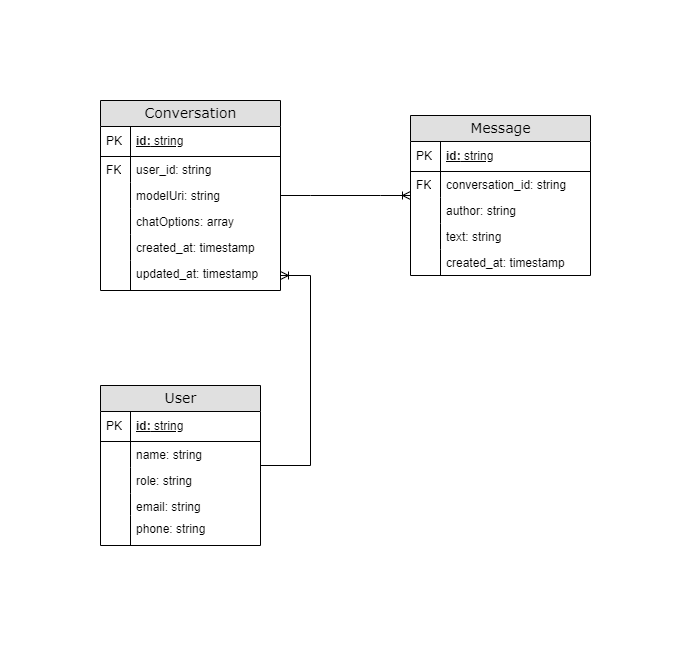
The draw.io diagram Docs/Diagrams/ER-diagram DB.png in MikhaelKreslavskii/manager-trainee, before a commit. Source tidied: cells renumbered, new cells last; positions are measured from the earlier drawing's top-left corner, leaving out a move shared by most shapes.
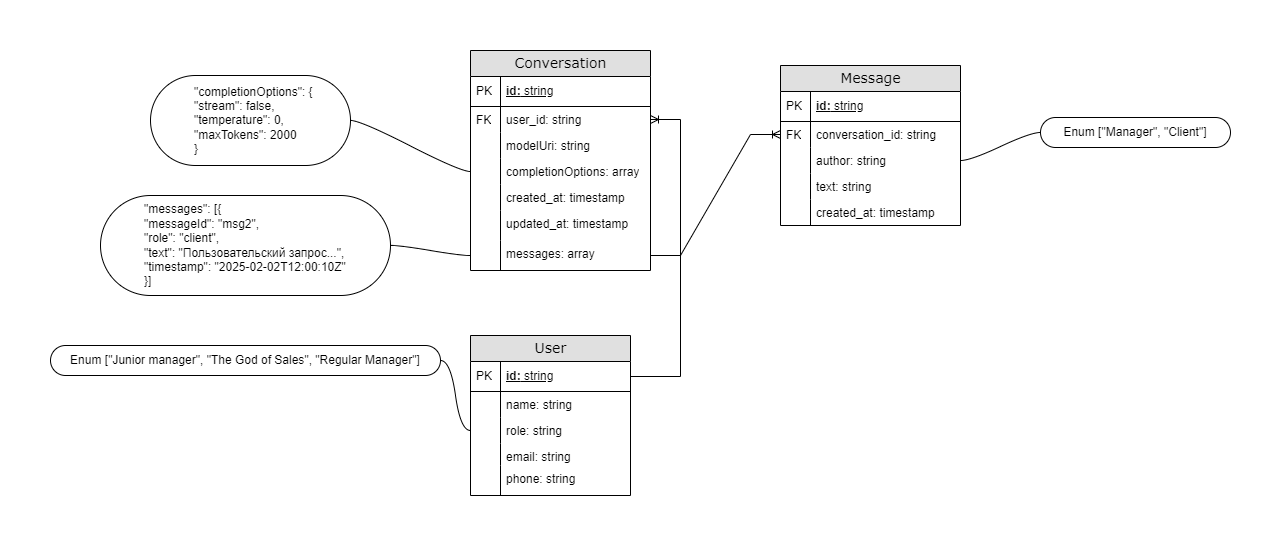
The same file after the commit.

Change to the diagram source:
```diff
@@ -3,7 +3,7 @@
     <mxCell id="0" />
     <mxCell id="1" parent="0" />
     <mxCell id="2" value="Conversation" style="swimlane;html=1;fontStyle=0;horizontal=1;startSize=26;fillColor=#e0e0e0;swimlaneFillColor=#ffffff;align=center;rounded=0;shadow=0;comic=0;labelBackgroundColor=none;strokeWidth=1;fontFamily=Verdana;fontSize=14;" parent="1" vertex="1">
-      <mxGeometry width="180" height="190" as="geometry" />
+      <mxGeometry width="180" height="220" as="geometry" />
     </mxCell>
     <mxCell id="3" value="id:&lt;span style=&quot;font-weight: normal;&quot;&gt; string&lt;/span&gt;" style="shape=partialRectangle;top=0;left=0;right=0;bottom=1;html=1;align=left;verticalAlign=middle;fillColor=none;spacingLeft=34;spacingRight=4;whiteSpace=wrap;overflow=hidden;fontStyle=5;" parent="2" vertex="1">
       <mxGeometry y="26" width="180" height="30" as="geometry" />
@@ -23,7 +23,7 @@
     <mxCell id="8" style="shape=partialRectangle;top=0;left=0;bottom=0;html=1;fillColor=none;align=left;verticalAlign=top;spacingLeft=4;spacingRight=4;whiteSpace=wrap;overflow=hidden;" parent="7" vertex="1">
       <mxGeometry width="30" height="26" as="geometry" />
     </mxCell>
-    <mxCell id="9" value="chatOptions: array" style="shape=partialRectangle;top=0;left=0;right=0;bottom=0;html=1;align=left;verticalAlign=top;fillColor=none;spacingLeft=34;spacingRight=4;whiteSpace=wrap;overflow=hidden;points=[[0,0.5],[1,0.5]];portConstraint=eastwest;" parent="2" vertex="1">
+    <mxCell id="9" value="completionOptions: array" style="shape=partialRectangle;top=0;left=0;right=0;bottom=0;html=1;align=left;verticalAlign=top;fillColor=none;spacingLeft=34;spacingRight=4;whiteSpace=wrap;overflow=hidden;points=[[0,0.5],[1,0.5]];portConstraint=eastwest;" parent="2" vertex="1">
       <mxGeometry y="108" width="180" height="26" as="geometry" />
     </mxCell>
     <mxCell id="10" style="shape=partialRectangle;top=0;left=0;bottom=0;html=1;fillColor=none;align=left;verticalAlign=top;spacingLeft=4;spacingRight=4;whiteSpace=wrap;overflow=hidden;" parent="9" vertex="1">
@@ -41,6 +41,12 @@
     <mxCell id="14" style="shape=partialRectangle;top=0;left=0;bottom=0;html=1;fillColor=none;align=left;verticalAlign=top;spacingLeft=4;spacingRight=4;whiteSpace=wrap;overflow=hidden;" parent="13" vertex="1">
       <mxGeometry width="30" height="30" as="geometry" />
     </mxCell>
+    <mxCell id="39" value="messages: array" style="shape=partialRectangle;top=0;left=0;right=0;bottom=0;html=1;align=left;verticalAlign=top;fillColor=none;spacingLeft=34;spacingRight=4;whiteSpace=wrap;overflow=hidden;points=[[0,0.5],[1,0.5]];portConstraint=eastwest;" parent="2" vertex="1">
+      <mxGeometry y="190" width="180" height="30" as="geometry" />
+    </mxCell>
+    <mxCell id="40" style="shape=partialRectangle;top=0;left=0;bottom=0;html=1;fillColor=none;align=left;verticalAlign=top;spacingLeft=4;spacingRight=4;whiteSpace=wrap;overflow=hidden;" parent="39" vertex="1">
+      <mxGeometry width="30" height="30" as="geometry" />
+    </mxCell>
     <mxCell id="15" value="Message" style="swimlane;html=1;fontStyle=0;horizontal=1;startSize=26;fillColor=#e0e0e0;swimlaneFillColor=#ffffff;align=center;rounded=0;shadow=0;comic=0;labelBackgroundColor=none;strokeWidth=1;fontFamily=Verdana;fontSize=14;" parent="1" vertex="1">
       <mxGeometry x="310" y="15" width="180" height="160" as="geometry" />
     </mxCell>
@@ -74,7 +80,7 @@
     <mxCell id="25" style="shape=partialRectangle;top=0;left=0;bottom=0;html=1;fillColor=none;align=left;verticalAlign=top;spacingLeft=4;spacingRight=4;whiteSpace=wrap;overflow=hidden;" parent="24" vertex="1">
       <mxGeometry width="30" height="26" as="geometry" />
     </mxCell>
-    <mxCell id="26" style="edgeStyle=entityRelationEdgeStyle;fontSize=12;html=1;endArrow=ERoneToMany;rounded=0;" parent="1" edge="1" source="2" target="15">
+    <mxCell id="26" style="edgeStyle=entityRelationEdgeStyle;fontSize=12;html=1;endArrow=ERoneToMany;rounded=0;" parent="1" edge="1" source="39" target="18">
       <mxGeometry relative="1" as="geometry" />
     </mxCell>
     <mxCell id="27" value="User" style="swimlane;html=1;fontStyle=0;horizontal=1;startSize=26;fillColor=#e0e0e0;swimlaneFillColor=#ffffff;align=center;rounded=0;shadow=0;comic=0;labelBackgroundColor=none;strokeWidth=1;fontFamily=Verdana;fontSize=14;" parent="1" vertex="1">
@@ -110,7 +116,7 @@
     <mxCell id="37" style="shape=partialRectangle;top=0;left=0;bottom=0;html=1;fillColor=none;align=left;verticalAlign=top;spacingLeft=4;spacingRight=4;whiteSpace=wrap;overflow=hidden;" parent="36" vertex="1">
       <mxGeometry width="30" height="30" as="geometry" />
     </mxCell>
-    <mxCell id="38" style="edgeStyle=entityRelationEdgeStyle;fontSize=12;html=1;endArrow=ERoneToMany;rounded=0;" parent="1" edge="1" source="27" target="13">
+    <mxCell id="38" style="edgeStyle=entityRelationEdgeStyle;fontSize=12;html=1;endArrow=ERoneToMany;rounded=0;" parent="1" edge="1" source="28" target="5">
       <mxGeometry relative="1" as="geometry">
         <Array as="points">
           <mxPoint x="110" y="345" />
@@ -126,5 +132,33 @@
         </Array>
       </mxGeometry>
     </mxCell>
+    <mxCell id="41" value="Enum [&quot;Junior manager&quot;, &quot;&lt;span style=&quot;white-space-collapse: preserve;&quot;&gt;The &lt;/span&gt;&lt;span style=&quot;white-space-collapse: preserve;&quot; class=&quot;EzKURWReUAB5oZgtQNkl&quot;&gt;God&lt;/span&gt;&lt;span style=&quot;white-space-collapse: preserve;&quot;&gt; of &lt;/span&gt;&lt;span style=&quot;white-space-collapse: preserve;&quot; class=&quot;EzKURWReUAB5oZgtQNkl&quot;&gt;Sales&lt;/span&gt;&quot;, &quot;Regular Manager&lt;span style=&quot;background-color: transparent; color: light-dark(rgb(0, 0, 0), rgb(255, 255, 255));&quot;&gt;&quot;]&lt;/span&gt;" style="whiteSpace=wrap;html=1;rounded=1;arcSize=50;align=center;verticalAlign=middle;strokeWidth=1;spacing=4;newEdgeStyle={&quot;edgeStyle&quot;:&quot;entityRelationEdgeStyle&quot;,&quot;startArrow&quot;:&quot;none&quot;,&quot;endArrow&quot;:&quot;none&quot;,&quot;segment&quot;:10,&quot;curved&quot;:1,&quot;sourcePerimeterSpacing&quot;:0,&quot;targetPerimeterSpacing&quot;:0};" parent="1" vertex="1">
+      <mxGeometry x="-420" y="295" width="390" height="30" as="geometry" />
+    </mxCell>
+    <mxCell id="42" style="edgeStyle=entityRelationEdgeStyle;startArrow=none;endArrow=none;segment=10;curved=1;sourcePerimeterSpacing=0;targetPerimeterSpacing=0;rounded=0;" parent="1" edge="1" source="32" target="41">
+      <mxGeometry relative="1" as="geometry" />
+    </mxCell>
+    <mxCell id="43" value="&lt;blockquote style=&quot;margin: 0 0 0 40px; border: none; padding: 0px;&quot;&gt;&lt;span class=&quot;hljs-attr&quot;&gt;&quot;messages&quot;&lt;/span&gt;&lt;span class=&quot;hljs-punctuation&quot;&gt;:&lt;/span&gt; &lt;span class=&quot;hljs-punctuation&quot;&gt;[&lt;span style=&quot;background-color: transparent; color: light-dark(rgb(0, 0, 0), rgb(255, 255, 255));&quot;&gt;{&lt;/span&gt;&lt;/span&gt;&lt;/blockquote&gt;&lt;blockquote style=&quot;margin: 0 0 0 40px; border: none; padding: 0px;&quot;&gt;&lt;span class=&quot;hljs-punctuation&quot;&gt;&lt;span style=&quot;background-color: transparent; color: light-dark(rgb(0, 0, 0), rgb(255, 255, 255));&quot; class=&quot;hljs-attr&quot;&gt;&quot;messageId&quot;&lt;/span&gt;&lt;span style=&quot;background-color: transparent; color: light-dark(rgb(0, 0, 0), rgb(255, 255, 255));&quot; class=&quot;hljs-punctuation&quot;&gt;:&lt;/span&gt;&lt;span style=&quot;background-color: transparent; color: light-dark(rgb(0, 0, 0), rgb(255, 255, 255));&quot;&gt; &lt;/span&gt;&lt;span style=&quot;background-color: transparent; color: light-dark(rgb(0, 0, 0), rgb(255, 255, 255));&quot; class=&quot;hljs-string&quot;&gt;&quot;msg2&quot;&lt;/span&gt;&lt;span style=&quot;background-color: transparent; color: light-dark(rgb(0, 0, 0), rgb(255, 255, 255));&quot; class=&quot;hljs-punctuation&quot;&gt;,&lt;/span&gt;&lt;br&gt;&lt;/span&gt;&lt;span class=&quot;hljs-attr&quot;&gt;&quot;role&quot;&lt;/span&gt;&lt;span class=&quot;hljs-punctuation&quot;&gt;:&lt;/span&gt; &lt;span class=&quot;hljs-string&quot;&gt;&quot;client&quot;&lt;/span&gt;&lt;span class=&quot;hljs-punctuation&quot;&gt;,&lt;br&gt;&lt;/span&gt;&lt;span class=&quot;hljs-attr&quot;&gt;&quot;text&quot;&lt;/span&gt;&lt;span class=&quot;hljs-punctuation&quot;&gt;:&lt;/span&gt; &lt;span class=&quot;hljs-string&quot;&gt;&quot;Пользовательский запрос...&quot;&lt;/span&gt;&lt;span class=&quot;hljs-punctuation&quot;&gt;,&lt;br&gt;&lt;/span&gt;&lt;span class=&quot;hljs-attr&quot;&gt;&quot;timestamp&quot;&lt;/span&gt;&lt;span class=&quot;hljs-punctuation&quot;&gt;:&lt;/span&gt; &lt;span class=&quot;hljs-string&quot;&gt;&quot;2025-02-02T12:00:10Z&quot;&lt;br&gt;&lt;/span&gt;&lt;span class=&quot;hljs-punctuation&quot;&gt;}]&lt;/span&gt;&lt;/blockquote&gt;                            " style="whiteSpace=wrap;html=1;rounded=1;arcSize=50;align=left;verticalAlign=middle;strokeWidth=1;spacing=4;newEdgeStyle={&quot;edgeStyle&quot;:&quot;entityRelationEdgeStyle&quot;,&quot;startArrow&quot;:&quot;none&quot;,&quot;endArrow&quot;:&quot;none&quot;,&quot;segment&quot;:10,&quot;curved&quot;:1,&quot;sourcePerimeterSpacing&quot;:0,&quot;targetPerimeterSpacing&quot;:0};" parent="1" vertex="1">
+      <mxGeometry x="-370" y="145" width="290" height="100" as="geometry" />
+    </mxCell>
+    <mxCell id="44" style="edgeStyle=entityRelationEdgeStyle;startArrow=none;endArrow=none;segment=10;curved=1;sourcePerimeterSpacing=0;targetPerimeterSpacing=0;rounded=0;" parent="1" edge="1" source="39" target="43">
+      <mxGeometry relative="1" as="geometry">
+        <Array as="points">
+          <mxPoint x="30" y="215" />
+        </Array>
+      </mxGeometry>
+    </mxCell>
+    <mxCell id="45" style="edgeStyle=entityRelationEdgeStyle;rounded=0;jettySize=auto;html=1;startArrow=none;endArrow=none;segment=10;curved=1;sourcePerimeterSpacing=0;targetPerimeterSpacing=0;" parent="1" edge="1" source="46" target="9">
+      <mxGeometry relative="1" as="geometry" />
+    </mxCell>
+    <mxCell id="46" value="&lt;blockquote style=&quot;margin: 0 0 0 40px; border: none; padding: 0px;&quot;&gt;&lt;span class=&quot;hljs-attr&quot;&gt;&quot;completionOptions&quot;&lt;/span&gt;&lt;span class=&quot;hljs-punctuation&quot;&gt;:&lt;/span&gt; &lt;span class=&quot;hljs-punctuation&quot;&gt;{&lt;br&gt;&lt;/span&gt;&lt;span class=&quot;hljs-attr&quot;&gt;&quot;stream&quot;&lt;/span&gt;&lt;span class=&quot;hljs-punctuation&quot;&gt;:&lt;/span&gt; &lt;span class=&quot;hljs-literal&quot;&gt;false&lt;/span&gt;&lt;span class=&quot;hljs-punctuation&quot;&gt;,&lt;br&gt;&lt;/span&gt;&lt;span class=&quot;hljs-attr&quot;&gt;&quot;temperature&quot;&lt;/span&gt;&lt;span class=&quot;hljs-punctuation&quot;&gt;:&lt;/span&gt; &lt;span class=&quot;hljs-number&quot;&gt;0&lt;/span&gt;&lt;span class=&quot;hljs-punctuation&quot;&gt;,&lt;br&gt;&lt;/span&gt;&lt;span class=&quot;hljs-attr&quot;&gt;&quot;maxTokens&quot;&lt;/span&gt;&lt;span class=&quot;hljs-punctuation&quot;&gt;:&lt;/span&gt; &lt;span class=&quot;hljs-number&quot;&gt;2000&lt;br&gt;&lt;/span&gt;&lt;span class=&quot;hljs-punctuation&quot;&gt;}&lt;/span&gt;&lt;/blockquote&gt;              " style="whiteSpace=wrap;html=1;rounded=1;arcSize=50;align=left;verticalAlign=middle;strokeWidth=1;spacing=4;newEdgeStyle={&quot;edgeStyle&quot;:&quot;entityRelationEdgeStyle&quot;,&quot;startArrow&quot;:&quot;none&quot;,&quot;endArrow&quot;:&quot;none&quot;,&quot;segment&quot;:10,&quot;curved&quot;:1,&quot;sourcePerimeterSpacing&quot;:0,&quot;targetPerimeterSpacing&quot;:0};" parent="1" vertex="1">
+      <mxGeometry x="-320" y="25" width="200" height="90" as="geometry" />
+    </mxCell>
+    <mxCell id="47" style="edgeStyle=entityRelationEdgeStyle;rounded=0;jettySize=auto;html=1;startArrow=none;endArrow=none;segment=10;curved=1;sourcePerimeterSpacing=0;targetPerimeterSpacing=0;" parent="1" edge="1" source="48" target="20">
+      <mxGeometry relative="1" as="geometry" />
+    </mxCell>
+    <mxCell id="48" value="Enum [&quot;Manager&quot;, &quot;Client&quot;]" style="whiteSpace=wrap;html=1;rounded=1;arcSize=50;align=center;verticalAlign=middle;strokeWidth=1;spacing=4;newEdgeStyle={&quot;edgeStyle&quot;:&quot;entityRelationEdgeStyle&quot;,&quot;startArrow&quot;:&quot;none&quot;,&quot;endArrow&quot;:&quot;none&quot;,&quot;segment&quot;:10,&quot;curved&quot;:1,&quot;sourcePerimeterSpacing&quot;:0,&quot;targetPerimeterSpacing&quot;:0};" parent="1" vertex="1">
+      <mxGeometry x="570" y="67" width="190" height="30" as="geometry" />
+    </mxCell>
   </root>
 </mxGraphModel>
```
